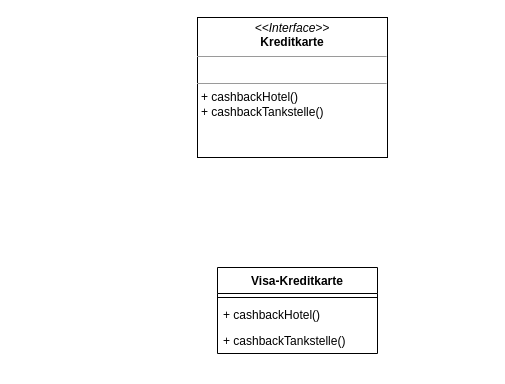
Above: Visitor-Bank-example.drawio in aschi2403/design-patterns-visitor-pattern (draw.io), before the change. Source tidied: cells renumbered, new cells numbered last; positions are measured from the earlier drawing's top-left corner, leaving out a move shared by most shapes. Both pictures are drawn from the tidied source at 100%, with x=0, y=0 at pixel (197, 17).
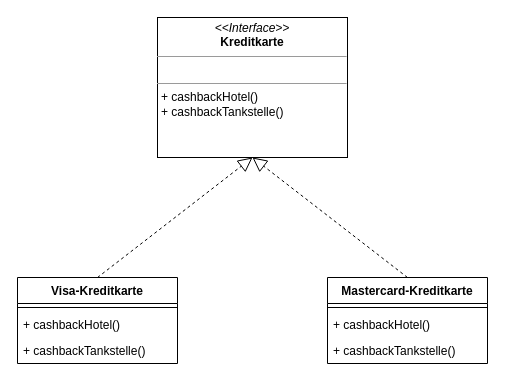
The same diagram, later.

What changed in the source:
```diff
@@
 <mxGraphModel>
   <root>
     <mxCell id="0" />
     <mxCell id="1" parent="0" />
     <mxCell id="2" value="&lt;p style=&quot;margin: 0px ; margin-top: 4px ; text-align: center&quot;&gt;&lt;i&gt;&amp;lt;&amp;lt;Interface&amp;gt;&amp;gt;&lt;/i&gt;&lt;br&gt;&lt;b&gt;Kreditkarte&lt;/b&gt;&lt;/p&gt;&lt;hr size=&quot;1&quot;&gt;&lt;p style=&quot;margin: 0px ; margin-left: 4px&quot;&gt;&lt;br&gt;&lt;/p&gt;&lt;hr size=&quot;1&quot;&gt;&lt;p style=&quot;margin: 0px ; margin-left: 4px&quot;&gt;+ cashbackHotel()&lt;br&gt;+ cashbackTankstelle()&lt;br&gt;&lt;/p&gt;" style="verticalAlign=top;align=left;overflow=fill;fontSize=12;fontFamily=Helvetica;html=1;" parent="1" vertex="1">
-      <mxGeometry width="190" height="140" as="geometry" />
+      <mxGeometry x="-40" width="190" height="140" as="geometry" />
     </mxCell>
+    <mxCell id="7" value="Visa-Kreditkarte" style="swimlane;fontStyle=1;align=center;verticalAlign=top;horizontal=1;startSize=26;" parent="1" vertex="1">
+      <mxGeometry x="-180" y="260" width="160" height="86" as="geometry" />
+    </mxCell>
+    <mxCell id="8" style="line;strokeWidth=1;fillColor=none;align=left;verticalAlign=middle;spacingTop=-1;spacingLeft=3;spacingRight=3;labelPosition=right;" parent="7" vertex="1">
+      <mxGeometry y="26" width="160" height="8" as="geometry" />
+    </mxCell>
+    <mxCell id="9" value="+ cashbackHotel()" style="text;strokeColor=none;fillColor=none;align=left;verticalAlign=top;spacingLeft=4;spacingRight=4;overflow=hidden;" parent="7" vertex="1">
+      <mxGeometry y="34" width="160" height="26" as="geometry" />
+    </mxCell>
+    <mxCell id="10" value="+ cashbackTankstelle()" style="text;strokeColor=none;fillColor=none;align=left;verticalAlign=top;spacingLeft=4;spacingRight=4;overflow=hidden;" parent="7" vertex="1">
+      <mxGeometry y="60" width="160" height="26" as="geometry" />
+    </mxCell>
-    <mxCell id="3" value="Visa-Kreditkarte" style="swimlane;fontStyle=1;align=center;verticalAlign=top;horizontal=1;startSize=26;" parent="1" vertex="1">
-      <mxGeometry x="20" y="250" width="160" height="86" as="geometry" />
+    <mxCell id="3" value="Mastercard-Kreditkarte" style="swimlane;fontStyle=1;align=center;verticalAlign=top;horizontal=1;startSize=26;" parent="1" vertex="1">
+      <mxGeometry x="130" y="260" width="160" height="86" as="geometry" />
     </mxCell>
     <mxCell id="4" style="line;strokeWidth=1;fillColor=none;align=left;verticalAlign=middle;spacingTop=-1;spacingLeft=3;spacingRight=3;labelPosition=right;" parent="3" vertex="1">
       <mxGeometry y="26" width="160" height="8" as="geometry" />
     </mxCell>
     <mxCell id="5" value="+ cashbackHotel()" style="text;strokeColor=none;fillColor=none;align=left;verticalAlign=top;spacingLeft=4;spacingRight=4;overflow=hidden;" parent="3" vertex="1">
       <mxGeometry y="34" width="160" height="26" as="geometry" />
     </mxCell>
     <mxCell id="6" value="+ cashbackTankstelle()" style="text;strokeColor=none;fillColor=none;align=left;verticalAlign=top;spacingLeft=4;spacingRight=4;overflow=hidden;" parent="3" vertex="1">
       <mxGeometry y="60" width="160" height="26" as="geometry" />
     </mxCell>
+    <mxCell id="11" style="endArrow=block;dashed=1;endFill=0;endSize=12;html=1;exitX=0.5;exitY=0;exitDx=0;exitDy=0;entryX=0.5;entryY=1;entryDx=0;entryDy=0;" parent="1" edge="1" source="7" target="2">
+      <mxGeometry relative="1" as="geometry" />
+    </mxCell>
+    <mxCell id="12" style="endArrow=block;dashed=1;endFill=0;endSize=12;html=1;entryX=0.5;entryY=1;entryDx=0;entryDy=0;exitX=0.5;exitY=0;exitDx=0;exitDy=0;" parent="1" edge="1" source="3" target="2">
+      <mxGeometry relative="1" as="geometry" />
+    </mxCell>
   </root>
 </mxGraphModel>
```
